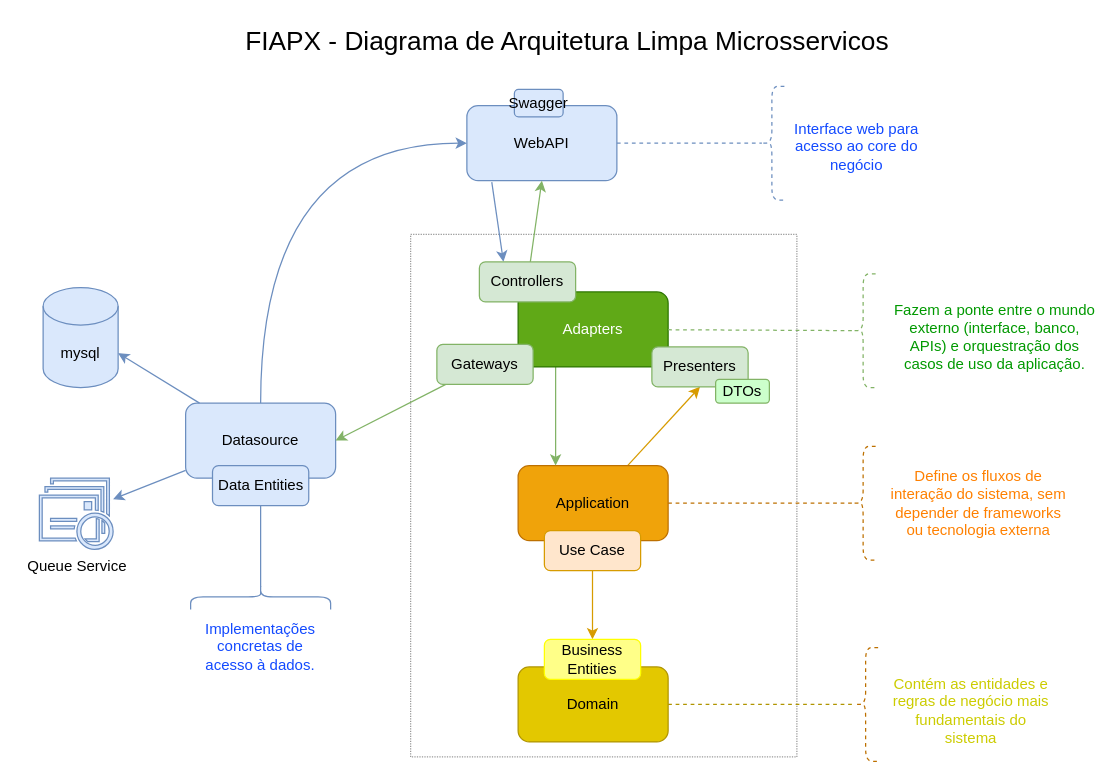
Above: hack/DAS.drawio in fiap-soat11/.github (draw.io), before the change. Source tidied: cells renumbered, new cells numbered last; positions are measured from the earlier drawing's top-left corner, leaving out a move shared by most shapes. Both pictures are drawn from the tidied source at 125%, with x=0, y=0 at pixel (39, 21).
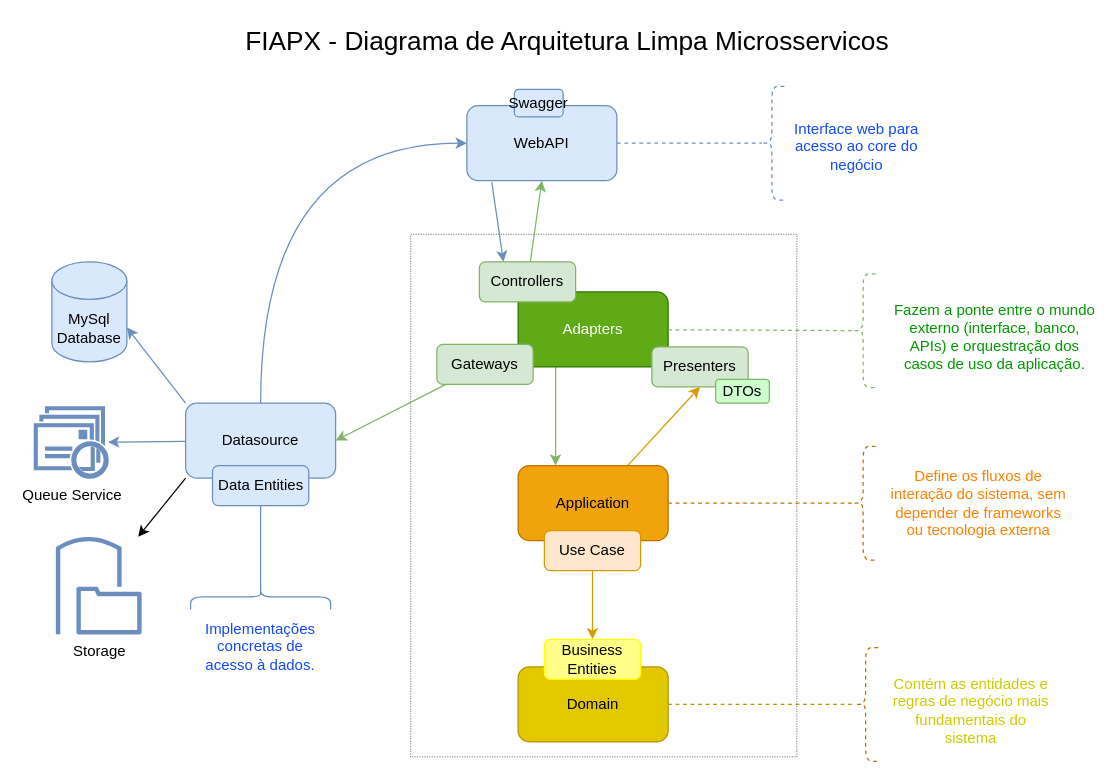
Above is the later version.

Commit message (it also covers changes not shown here):
Documentacao inicial do hackathon

Unchanged cells that the change refers to:
```xml
<mxCell id="11" value="Datasource" style="rounded=1;whiteSpace=wrap;html=1;fillColor=#dae8fc;strokeColor=#6c8ebf;" parent="1" vertex="1">
  <mxGeometry x="117" y="305" width="120" height="60" as="geometry" />
</mxCell>
```

What changed in the source:
```diff
@@
-    <mxCell id="8" value="mysql" style="shape=cylinder3;whiteSpace=wrap;html=1;boundedLbl=1;backgroundOutline=1;size=15;fillColor=#dae8fc;strokeColor=#6c8ebf;" parent="1" vertex="1">
-      <mxGeometry x="3" y="212.5" width="60" height="80" as="geometry" />
+    <mxCell id="8" value="MySql&lt;div&gt;Database&lt;/div&gt;" style="shape=cylinder3;whiteSpace=wrap;html=1;boundedLbl=1;backgroundOutline=1;size=15;fillColor=#dae8fc;strokeColor=#6c8ebf;" parent="1" vertex="1">
+      <mxGeometry x="10" y="192" width="60" height="80" as="geometry" />
     </mxCell>
@@
+    <mxCell id="44" style="edgeStyle=none;html=1;exitX=0;exitY=1;exitDx=0;exitDy=0;" parent="1" edge="1" source="11" target="45">
+      <mxGeometry relative="1" as="geometry" />
+    </mxCell>
@@
-    <mxCell id="12" style="edgeStyle=none;html=1;entryX=1;entryY=0;entryDx=0;entryDy=52.5;entryPerimeter=0;fillColor=#dae8fc;strokeColor=#6c8ebf;" parent="1" edge="1" source="11" target="8">
+    <mxCell id="12" style="edgeStyle=none;html=1;entryX=1;entryY=0;entryDx=0;entryDy=52.5;entryPerimeter=0;fillColor=#dae8fc;strokeColor=#6c8ebf;exitX=0;exitY=0;exitDx=0;exitDy=0;" parent="1" edge="1" source="11" target="8">
       <mxGeometry relative="1" as="geometry" />
     </mxCell>
@@
-    <mxCell id="43" value="Queue Service" style="sketch=0;shadow=0;dashed=0;html=1;strokeColor=#6c8ebf;fillColor=#dae8fc;labelPosition=center;verticalLabelPosition=bottom;verticalAlign=top;outlineConnect=0;align=center;shape=mxgraph.office.communications.queue_viewer;" parent="1" vertex="1">
-      <mxGeometry y="365" width="59" height="57" as="geometry" />
+    <mxCell id="43" value="Queue Service" style="sketch=0;shadow=0;dashed=0;html=1;strokeColor=#6c8ebf;fillColor=#6C8EBF;labelPosition=center;verticalLabelPosition=bottom;verticalAlign=top;outlineConnect=0;align=center;shape=mxgraph.office.communications.queue_viewer;" parent="1" vertex="1">
+      <mxGeometry x="-4" y="308" width="59" height="57" as="geometry" />
     </mxCell>
+    <mxCell id="45" value="Storage" style="sketch=0;outlineConnect=0;fillColor=#6C8EBF;strokeColor=#6C8EFF;dashed=0;verticalLabelPosition=bottom;verticalAlign=top;align=center;html=1;fontSize=12;fontStyle=0;shape=mxgraph.aws4.file_gateway;" parent="1" vertex="1">
+      <mxGeometry x="13" y="412" width="69" height="78" as="geometry" />
+    </mxCell>
```
